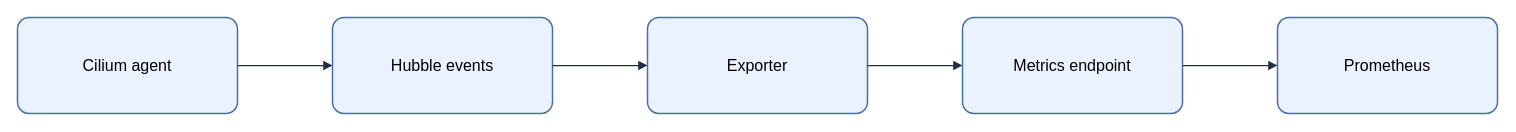
KKamJi98/kkamji98.github.io keeps this draw.io diagram as assets/img/kubernetes/hubble-exporter-flow.drawio. Above is the earlier version. Source tidied: cells renumbered, new cells numbered last; positions are measured from the earlier drawing's top-left corner, leaving out a move shared by most shapes. Both pictures are drawn from the tidied source at 100%, with x=0, y=0 at pixel (17, 17).
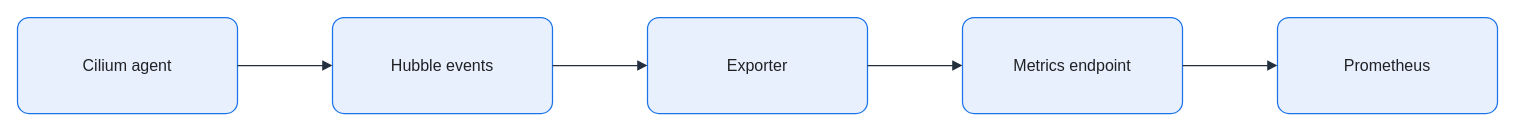
After the change.

What changed in the source:
```diff
@@
 <mxGraphModel background="#FFFFFF">
   <root>
     <mxCell id="0" />
     <mxCell id="1" parent="0" />
-    <mxCell id="2" value="Cilium agent" style="rounded=1;arcSize=12;whiteSpace=wrap;html=0;fillColor=#EAF2FF;strokeColor=#4A6FA5;strokeWidth=1.5;fontColor=#000000;fontSize=16;align=center;verticalAlign=middle;spacing=8;shadow=0;" parent="1" vertex="1">
+    <mxCell id="2" value="Cilium agent" style="rounded=1;arcSize=12;whiteSpace=wrap;html=0;fillColor=#E8F0FE;strokeColor=#1A73E8;strokeWidth=1.25;fontColor=#202124;fontSize=16;align=center;verticalAlign=middle;spacing=8;shadow=0;" parent="1" vertex="1">
       <mxGeometry width="220" height="96" as="geometry" />
     </mxCell>
-    <mxCell id="3" value="Hubble events" style="rounded=1;arcSize=12;whiteSpace=wrap;html=0;fillColor=#EAF2FF;strokeColor=#4A6FA5;strokeWidth=1.5;fontColor=#000000;fontSize=16;align=center;verticalAlign=middle;spacing=8;shadow=0;" parent="1" vertex="1">
+    <mxCell id="3" value="Hubble events" style="rounded=1;arcSize=12;whiteSpace=wrap;html=0;fillColor=#E8F0FE;strokeColor=#1A73E8;strokeWidth=1.25;fontColor=#202124;fontSize=16;align=center;verticalAlign=middle;spacing=8;shadow=0;" parent="1" vertex="1">
       <mxGeometry x="315" width="220" height="96" as="geometry" />
     </mxCell>
-    <mxCell id="4" value="Exporter" style="rounded=1;arcSize=12;whiteSpace=wrap;html=0;fillColor=#EAF2FF;strokeColor=#4A6FA5;strokeWidth=1.5;fontColor=#000000;fontSize=16;align=center;verticalAlign=middle;spacing=8;shadow=0;" parent="1" vertex="1">
+    <mxCell id="4" value="Exporter" style="rounded=1;arcSize=12;whiteSpace=wrap;html=0;fillColor=#E8F0FE;strokeColor=#1A73E8;strokeWidth=1.25;fontColor=#202124;fontSize=16;align=center;verticalAlign=middle;spacing=8;shadow=0;" parent="1" vertex="1">
       <mxGeometry x="630" width="220" height="96" as="geometry" />
     </mxCell>
-    <mxCell id="5" value="Metrics endpoint" style="rounded=1;arcSize=12;whiteSpace=wrap;html=0;fillColor=#EAF2FF;strokeColor=#4A6FA5;strokeWidth=1.5;fontColor=#000000;fontSize=16;align=center;verticalAlign=middle;spacing=8;shadow=0;" parent="1" vertex="1">
+    <mxCell id="5" value="Metrics endpoint" style="rounded=1;arcSize=12;whiteSpace=wrap;html=0;fillColor=#E8F0FE;strokeColor=#1A73E8;strokeWidth=1.25;fontColor=#202124;fontSize=16;align=center;verticalAlign=middle;spacing=8;shadow=0;" parent="1" vertex="1">
       <mxGeometry x="945" width="220" height="96" as="geometry" />
     </mxCell>
-    <mxCell id="6" value="Prometheus" style="rounded=1;arcSize=12;whiteSpace=wrap;html=0;fillColor=#EAF2FF;strokeColor=#4A6FA5;strokeWidth=1.5;fontColor=#000000;fontSize=16;align=center;verticalAlign=middle;spacing=8;shadow=0;" parent="1" vertex="1">
+    <mxCell id="6" value="Prometheus" style="rounded=1;arcSize=12;whiteSpace=wrap;html=0;fillColor=#E8F0FE;strokeColor=#1A73E8;strokeWidth=1.25;fontColor=#202124;fontSize=16;align=center;verticalAlign=middle;spacing=8;shadow=0;" parent="1" vertex="1">
       <mxGeometry x="1260" width="220" height="96" as="geometry" />
     </mxCell>
-    <mxCell id="7" style="edgeStyle=orthogonalEdgeStyle;rounded=0;jettySize=auto;html=0;endArrow=block;endFill=1;strokeColor=#232F3E;strokeWidth=1.25;fontColor=#000000;labelBackgroundColor=none;exitX=1;exitY=0.5;exitDx=0;exitDy=0;entryX=0;entryY=0.5;entryDx=0;entryDy=0;" parent="1" edge="1" source="2" target="3">
+    <mxCell id="7" style="edgeStyle=orthogonalEdgeStyle;rounded=0;jettySize=auto;html=0;endArrow=block;endFill=1;strokeColor=#232F3E;strokeWidth=1.25;fontColor=#202124;labelBackgroundColor=none;exitX=1;exitY=0.5;exitDx=0;exitDy=0;entryX=0;entryY=0.5;entryDx=0;entryDy=0;endSize=7;" parent="1" edge="1" source="2" target="3">
       <mxGeometry relative="1" as="geometry" />
     </mxCell>
-    <mxCell id="8" style="edgeStyle=orthogonalEdgeStyle;rounded=0;jettySize=auto;html=0;endArrow=block;endFill=1;strokeColor=#232F3E;strokeWidth=1.25;fontColor=#000000;labelBackgroundColor=none;exitX=1;exitY=0.5;exitDx=0;exitDy=0;entryX=0;entryY=0.5;entryDx=0;entryDy=0;" parent="1" edge="1" source="3" target="4">
+    <mxCell id="8" style="edgeStyle=orthogonalEdgeStyle;rounded=0;jettySize=auto;html=0;endArrow=block;endFill=1;strokeColor=#232F3E;strokeWidth=1.25;fontColor=#202124;labelBackgroundColor=none;exitX=1;exitY=0.5;exitDx=0;exitDy=0;entryX=0;entryY=0.5;entryDx=0;entryDy=0;endSize=7;" parent="1" edge="1" source="3" target="4">
       <mxGeometry relative="1" as="geometry" />
     </mxCell>
-    <mxCell id="9" style="edgeStyle=orthogonalEdgeStyle;rounded=0;jettySize=auto;html=0;endArrow=block;endFill=1;strokeColor=#232F3E;strokeWidth=1.25;fontColor=#000000;labelBackgroundColor=none;exitX=1;exitY=0.5;exitDx=0;exitDy=0;entryX=0;entryY=0.5;entryDx=0;entryDy=0;" parent="1" edge="1" source="4" target="5">
+    <mxCell id="9" style="edgeStyle=orthogonalEdgeStyle;rounded=0;jettySize=auto;html=0;endArrow=block;endFill=1;strokeColor=#232F3E;strokeWidth=1.25;fontColor=#202124;labelBackgroundColor=none;exitX=1;exitY=0.5;exitDx=0;exitDy=0;entryX=0;entryY=0.5;entryDx=0;entryDy=0;endSize=7;" parent="1" edge="1" source="4" target="5">
       <mxGeometry relative="1" as="geometry" />
     </mxCell>
-    <mxCell id="10" style="edgeStyle=orthogonalEdgeStyle;rounded=0;jettySize=auto;html=0;endArrow=block;endFill=1;strokeColor=#232F3E;strokeWidth=1.25;fontColor=#000000;labelBackgroundColor=none;exitX=1;exitY=0.5;exitDx=0;exitDy=0;entryX=0;entryY=0.5;entryDx=0;entryDy=0;" parent="1" edge="1" source="5" target="6">
+    <mxCell id="10" style="edgeStyle=orthogonalEdgeStyle;rounded=0;jettySize=auto;html=0;endArrow=block;endFill=1;strokeColor=#232F3E;strokeWidth=1.25;fontColor=#202124;labelBackgroundColor=none;exitX=1;exitY=0.5;exitDx=0;exitDy=0;entryX=0;entryY=0.5;entryDx=0;entryDy=0;endSize=7;" parent="1" edge="1" source="5" target="6">
       <mxGeometry relative="1" as="geometry" />
     </mxCell>
   </root>
 </mxGraphModel>
```
